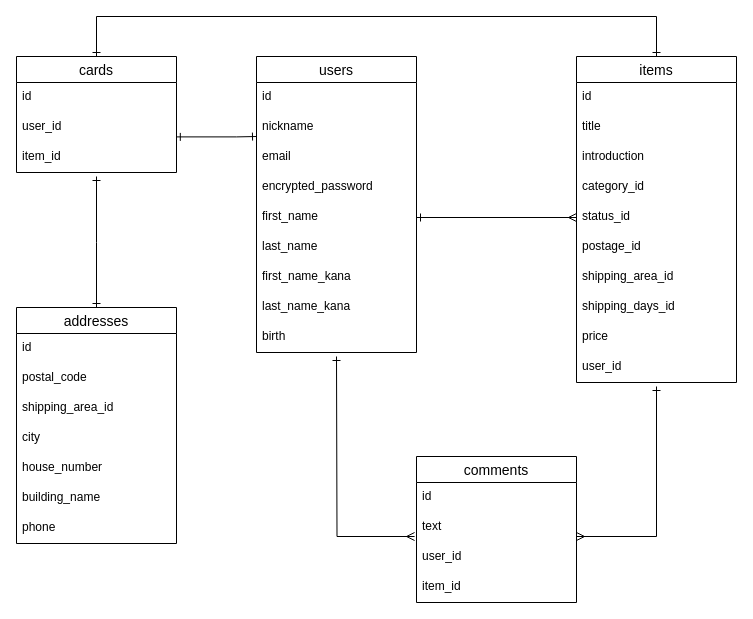
This is furima-35093.drawio from yhweb-star/furima-35093, a draw.io file, before an edit. Source tidied: cells renumbered, new cells numbered last; positions are measured from the earlier drawing's top-left corner, leaving out a move shared by most shapes. Both pictures are drawn from the tidied source at 100%, with x=0, y=0 at pixel (16, 16).
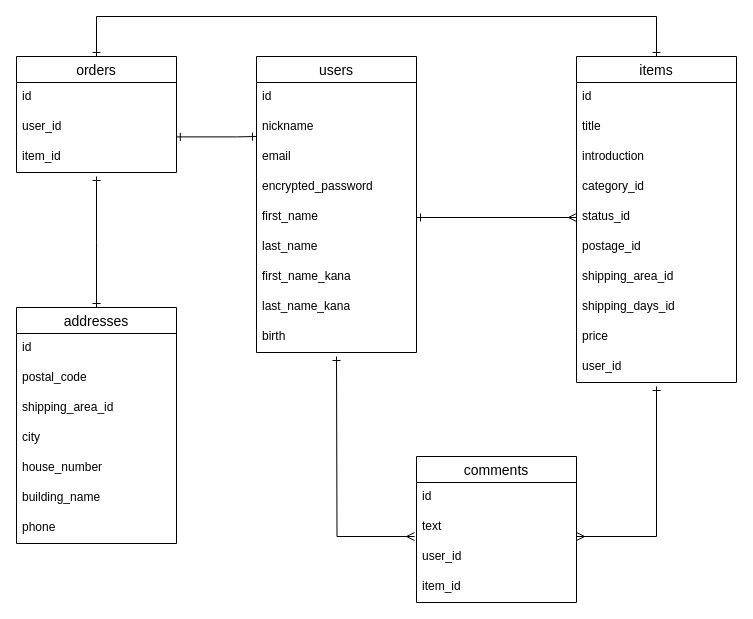
Above is the later version.

Diff of the diagram source:
```diff
@@
-    <mxCell id="24" value="cards" style="swimlane;fontStyle=0;horizontal=1;startSize=26;align=center;fontSize=14;" parent="1" vertex="1">
+    <mxCell id="24" value="orders" style="swimlane;fontStyle=0;horizontal=1;startSize=26;align=center;fontSize=14;" parent="1" vertex="1">
       <mxGeometry y="40" width="160" height="116" as="geometry" />
     </mxCell>
```
